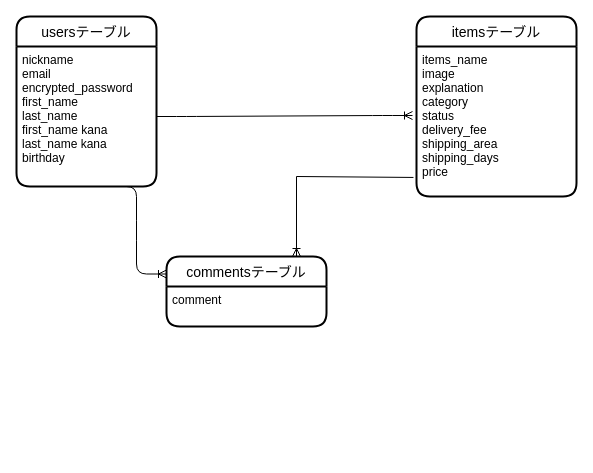
This is ER図.dio from ookurayuuhei/furima-37439, a draw.io file, before an edit. Source tidied: cells renumbered, new cells numbered last; positions are measured from the earlier drawing's top-left corner, leaving out a move shared by most shapes. Both pictures are drawn from the tidied source at 100%, with x=0, y=0 at pixel (16, 16).
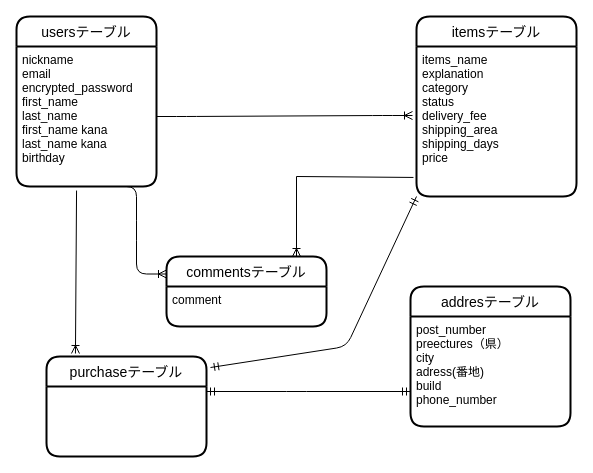
The same page after the edit.

Unchanged cells that the change refers to:
```xml
<mxCell id="3" value="nickname&#10;email&#10;encrypted_password&#10;first_name&#10;last_name&#10;first_name kana&#10;last_name kana&#10;birthday&#10;" style="align=left;strokeColor=none;fillColor=none;spacingLeft=4;fontSize=12;verticalAlign=top;" parent="2" vertex="1">
  <mxGeometry y="30" width="140" height="140" as="geometry" />
</mxCell>
<mxCell id="4" value="itemsテーブル" style="swimlane;horizontal=1;startSize=30;rounded=1;fontSize=14;fontStyle=0;strokeWidth=2;shadow=0;dashed=0;align=center;" parent="1" vertex="1">
  <mxGeometry x="400" width="160" height="180" as="geometry" />
</mxCell>
```

Diff of the diagram source:
```diff
@@
-    <mxCell id="5" value="items_name&#10;image&#10;explanation&#10;category&#10;status&#10;delivery_fee&#10;shipping_area&#10;shipping_days&#10;price" style="align=left;strokeColor=none;fillColor=none;spacingLeft=4;fontSize=12;verticalAlign=top;" parent="4" vertex="1">
+    <mxCell id="5" value="items_name&#10;explanation&#10;category&#10;status&#10;delivery_fee&#10;shipping_area&#10;shipping_days&#10;price" style="align=left;strokeColor=none;fillColor=none;spacingLeft=4;fontSize=12;verticalAlign=top;" parent="4" vertex="1">
       <mxGeometry y="30" width="160" height="150" as="geometry" />
     </mxCell>
@@
+    <mxCell id="12" value="addresテーブル" style="swimlane;horizontal=1;startSize=30;rounded=1;fontSize=14;fontStyle=0;strokeWidth=2;shadow=0;dashed=0;align=center;" parent="1" vertex="1">
+      <mxGeometry x="394" y="270" width="160" height="140" as="geometry" />
+    </mxCell>
+    <mxCell id="13" value="post_number&#10;preectures（県）&#10;city&#10;adress(番地)&#10;build&#10;phone_number&#10;" style="align=left;strokeColor=none;fillColor=none;spacingLeft=4;fontSize=12;verticalAlign=top;" parent="12" vertex="1">
+      <mxGeometry y="30" width="160" height="110" as="geometry" />
+    </mxCell>
+    <mxCell id="14" value="purchaseテーブル" style="swimlane;horizontal=1;startSize=30;rounded=1;fontSize=14;fontStyle=0;strokeWidth=2;shadow=0;dashed=0;align=center;" parent="1" vertex="1">
+      <mxGeometry x="30" y="340" width="160" height="100" as="geometry" />
+    </mxCell>
+    <mxCell id="15" style="fontSize=12;html=1;endArrow=ERoneToMany;entryX=0.181;entryY=-0.03;entryDx=0;entryDy=0;entryPerimeter=0;exitX=0.429;exitY=1.029;exitDx=0;exitDy=0;exitPerimeter=0;" parent="1" edge="1" source="3" target="14">
+      <mxGeometry relative="1" as="geometry" />
+    </mxCell>
+    <mxCell id="16" style="fontSize=12;html=1;endArrow=ERmandOne;startArrow=ERmandOne;entryX=0;entryY=0.75;entryDx=0;entryDy=0;" parent="1" edge="1" target="12">
+      <mxGeometry relative="1" as="geometry">
+        <mxPoint x="190" y="375" as="sourcePoint" />
+        <Array as="points">
+          <mxPoint x="280" y="375" />
+        </Array>
+      </mxGeometry>
+    </mxCell>
+    <mxCell id="17" style="fontSize=12;html=1;endArrow=ERmandOne;startArrow=ERmandOne;entryX=0;entryY=1;entryDx=0;entryDy=0;exitX=1.025;exitY=0.11;exitDx=0;exitDy=0;exitPerimeter=0;" parent="1" edge="1" source="14" target="5">
+      <mxGeometry relative="1" as="geometry">
+        <Array as="points">
+          <mxPoint x="330" y="330" />
+        </Array>
+      </mxGeometry>
+    </mxCell>
```
